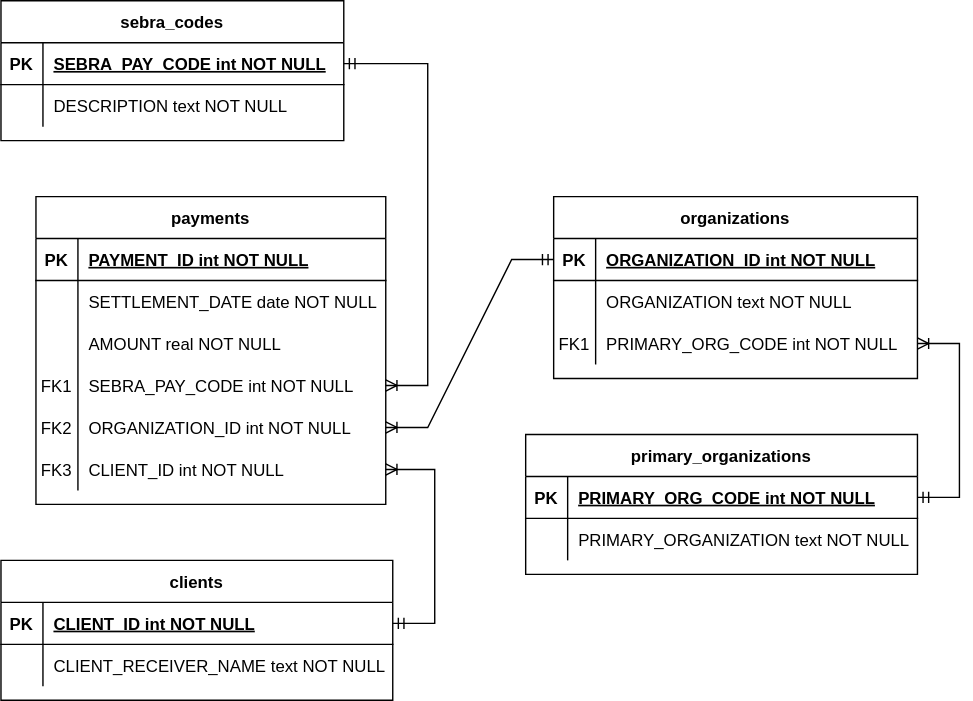
Above: assets/sebra/ER.svg in i4ata/my_website (draw.io), before the change. Source tidied: cells renumbered, new cells last; positions are measured from the earlier drawing's top-left corner, leaving out a move shared by most shapes.
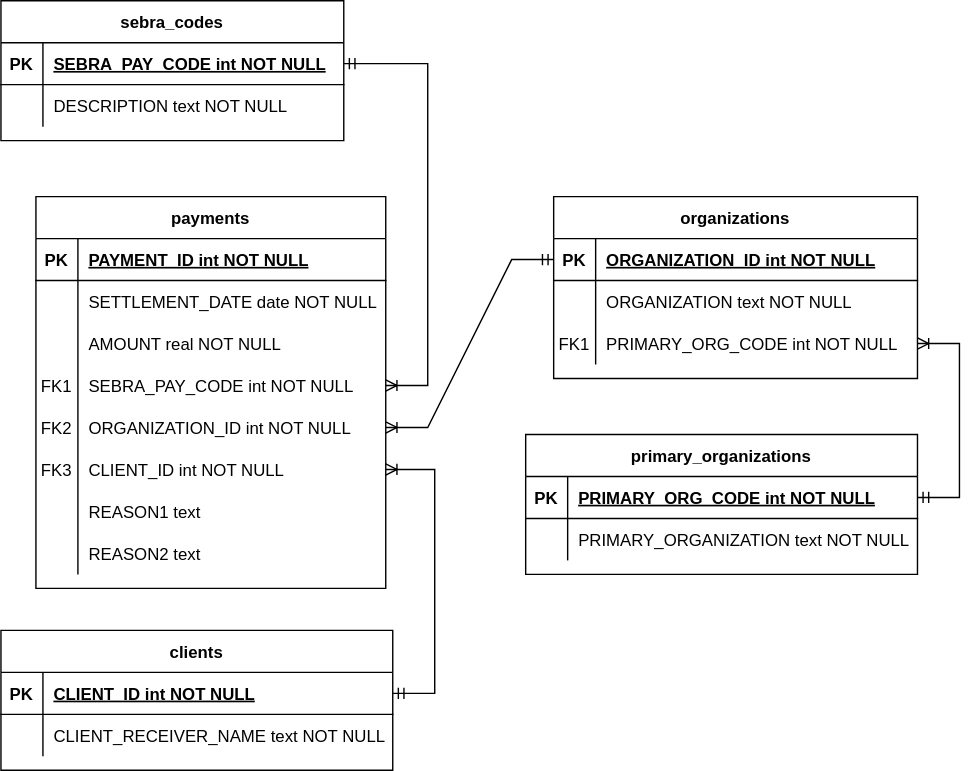
The same file after the commit.

The edit, as a diff of the source:
```diff
@@ -3,7 +3,7 @@
     <mxCell id="0" />
     <mxCell id="1" parent="0" />
     <mxCell id="2" value="payments" style="shape=table;startSize=30;rowLines=0;fontStyle=1;align=center;" parent="1" vertex="1">
-      <mxGeometry x="25" y="140" width="250" height="220" as="geometry" />
+      <mxGeometry x="25" y="140" width="250" height="280" as="geometry" />
     </mxCell>
     <mxCell id="3" style="shape=partialRectangle;fillColor=none;top=0;left=0;right=0;bottom=1;" parent="2" vertex="1">
       <mxGeometry y="30" width="250" height="30" as="geometry" />
@@ -59,8 +59,26 @@
     <mxCell id="20" value="CLIENT_ID int NOT NULL" style="shape=partialRectangle;overflow=hidden;fillColor=none;top=0;left=0;bottom=0;right=0;align=left;spacingLeft=6;" parent="18" vertex="1">
       <mxGeometry x="30" width="220" height="30" as="geometry" />
     </mxCell>
+    <mxCell id="56" style="shape=partialRectangle;fillColor=none;top=0;left=0;right=0;bottom=0;" parent="2" vertex="1">
+      <mxGeometry y="210" width="250" height="30" as="geometry" />
+    </mxCell>
+    <mxCell id="57" style="shape=partialRectangle;overflow=hidden;fillColor=none;top=0;left=0;bottom=0;right=0;" parent="56" vertex="1">
+      <mxGeometry width="30" height="30" as="geometry" />
+    </mxCell>
+    <mxCell id="58" value="REASON1 text" style="shape=partialRectangle;overflow=hidden;fillColor=none;top=0;left=0;bottom=0;right=0;align=left;spacingLeft=6;" parent="56" vertex="1">
+      <mxGeometry x="30" width="220" height="30" as="geometry" />
+    </mxCell>
+    <mxCell id="59" style="shape=partialRectangle;fillColor=none;top=0;left=0;right=0;bottom=0;" parent="2" vertex="1">
+      <mxGeometry y="240" width="250" height="30" as="geometry" />
+    </mxCell>
+    <mxCell id="60" style="shape=partialRectangle;overflow=hidden;fillColor=none;top=0;left=0;bottom=0;right=0;" parent="59" vertex="1">
+      <mxGeometry width="30" height="30" as="geometry" />
+    </mxCell>
+    <mxCell id="61" value="REASON2 text" style="shape=partialRectangle;overflow=hidden;fillColor=none;top=0;left=0;bottom=0;right=0;align=left;spacingLeft=6;" parent="59" vertex="1">
+      <mxGeometry x="30" width="220" height="30" as="geometry" />
+    </mxCell>
     <mxCell id="21" value="clients" style="shape=table;startSize=30;rowLines=0;fontStyle=1;align=center;" parent="1" vertex="1">
-      <mxGeometry y="400" width="280" height="100" as="geometry" />
+      <mxGeometry y="450" width="280" height="100" as="geometry" />
     </mxCell>
     <mxCell id="22" style="shape=partialRectangle;fillColor=none;points=[[0,0.5],[1,0.5]];portConstraint=eastwest;top=0;left=0;right=0;bottom=1;" parent="21" vertex="1">
       <mxGeometry y="30" width="280" height="30" as="geometry" />
```
